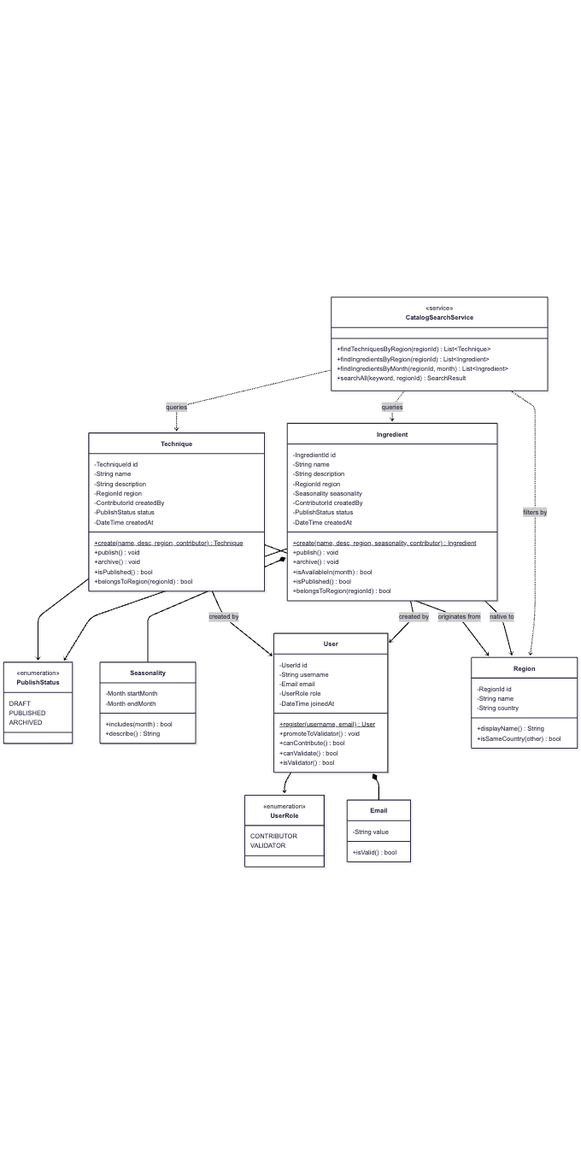
Before: docs/class_diagram.png, a diagram exported from Mermaid (yaseminyumak/SWE-573). Its source is kept beside it as docs/class_diagram.mermaid. Its diagram source:
```mermaid
classDiagram

    class Technique {
        -TechniqueId id
        -String name
        -String description
        -RegionId region
        -ContributorId createdBy
        -PublishStatus status
        -DateTime createdAt
        +create(name, desc, region, contributor) Technique$
        +publish() void
        +archive() void
        +isPublished() bool
        +belongsToRegion(regionId) bool
    }

    class PublishStatus {
        <<enumeration>>
        DRAFT
        PUBLISHED
        ARCHIVED
    }

    class Ingredient {
        -IngredientId id
        -String name
        -String description
        -RegionId region
        -Seasonality seasonality
        -ContributorId createdBy
        -PublishStatus status
        -DateTime createdAt
        +create(name, desc, region, seasonality, contributor) Ingredient$
        +publish() void
        +archive() void
        +isAvailableIn(month) bool
        +isPublished() bool
        +belongsToRegion(regionId) bool
    }

    class Seasonality {
        -Month startMonth
        -Month endMonth
        +includes(month) bool
        +describe() String
    }

    class User {
        -UserId id
        -String username
        -Email email
        -UserRole role
        -DateTime joinedAt
        +register(username, email) User$
        +promoteToValidator() void
        +canContribute() bool
        +canValidate() bool
        +isValidator() bool
    }

    class UserRole {
        <<enumeration>>
        CONTRIBUTOR
        VALIDATOR
    }

    class Email {
        -String value
        +isValid() bool
    }

    class Region {
        -RegionId id
        -String name
        -String country
        +displayName() String
        +isSameCountry(other) bool
    }

    class CatalogSearchService {
        <<service>>
        +findTechniquesByRegion(regionId) List~Technique~
        +findIngredientsByRegion(regionId) List~Ingredient~
        +findIngredientsByMonth(regionId, month) List~Ingredient~
        +searchAll(keyword, regionId) SearchResult
    }

    Technique --> PublishStatus
    Technique --> Region : originates from
    Technique --> User : created by

    Ingredient --> PublishStatus
    Ingredient *-- Seasonality
    Ingredient --> Region : native to
    Ingredient --> User : created by

    User --> UserRole
    User *-- Email

    CatalogSearchService ..> Technique : queries
    CatalogSearchService ..> Ingredient : queries
    CatalogSearchService ..> Region : filters by
```
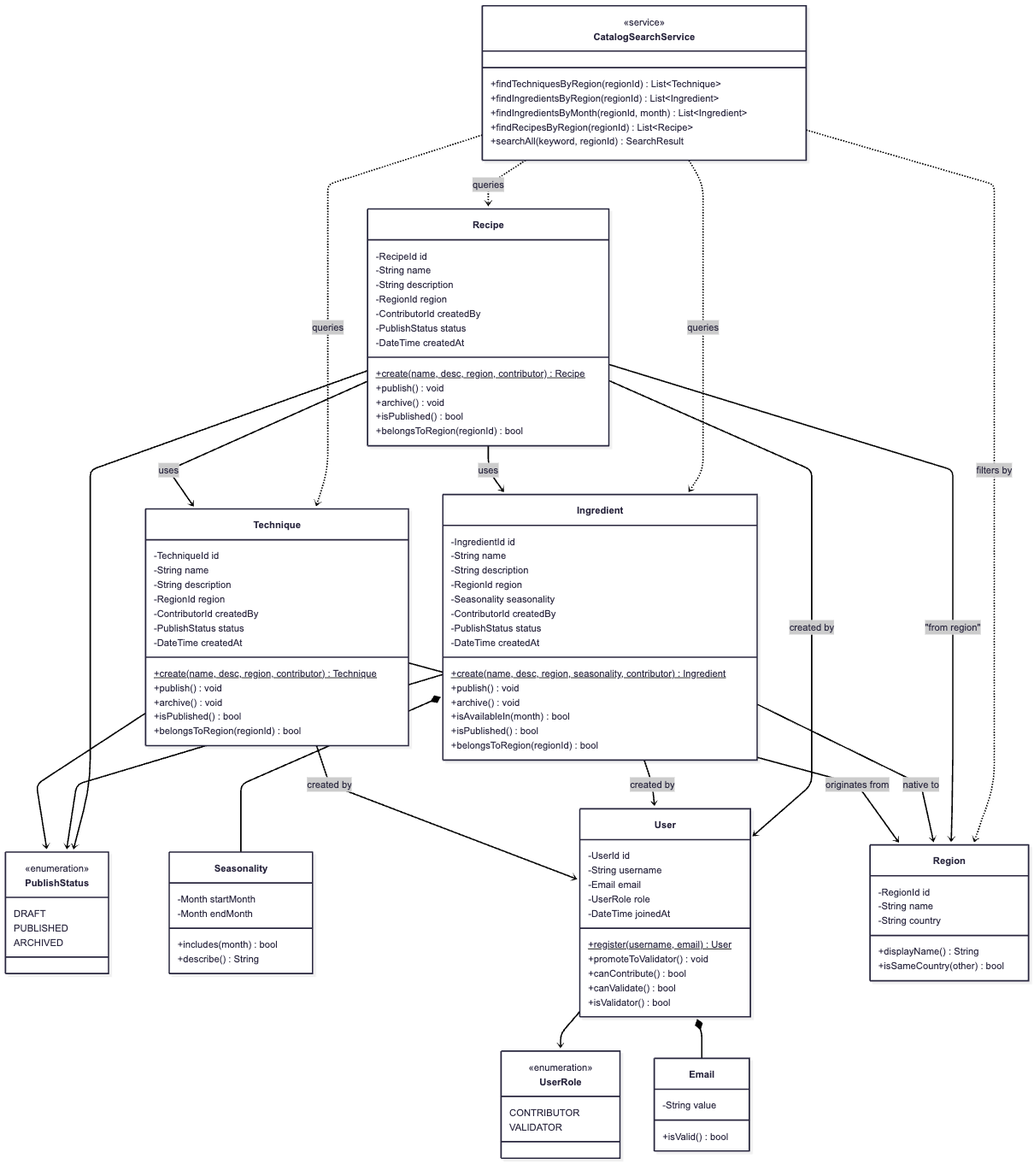
The same diagram one commit later.

Commit message:
chore: Update class diagram to include Recipe aggregate root and related associations

The edit, as a diff of the source:
```diff
@@ -46,6 +46,21 @@
         +describe() String
     }
 
+    class Recipe {
+        -RecipeId id
+        -String name
+        -String description
+        -RegionId region
+        -ContributorId createdBy
+        -PublishStatus status
+        -DateTime createdAt
+        +create(name, desc, region, contributor) Recipe$
+        +publish() void
+        +archive() void
+        +isPublished() bool
+        +belongsToRegion(regionId) bool
+    }
+
     class User {
         -UserId id
         -String username
@@ -83,6 +98,7 @@
         +findTechniquesByRegion(regionId) List~Technique~
         +findIngredientsByRegion(regionId) List~Ingredient~
         +findIngredientsByMonth(regionId, month) List~Ingredient~
+        +findRecipesByRegion(regionId) List~Recipe~
         +searchAll(keyword, regionId) SearchResult
     }
 
@@ -95,9 +111,16 @@
     Ingredient --> Region : native to
     Ingredient --> User : created by
 
+    Recipe --> PublishStatus
+    Recipe --> Region : "from region"
+    Recipe --> User : created by
+    Recipe --> Technique : uses
+    Recipe --> Ingredient : uses
+
     User --> UserRole
     User *-- Email
 
     CatalogSearchService ..> Technique : queries
     CatalogSearchService ..> Ingredient : queries
+    CatalogSearchService ..> Recipe : queries
     CatalogSearchService ..> Region : filters by
```
